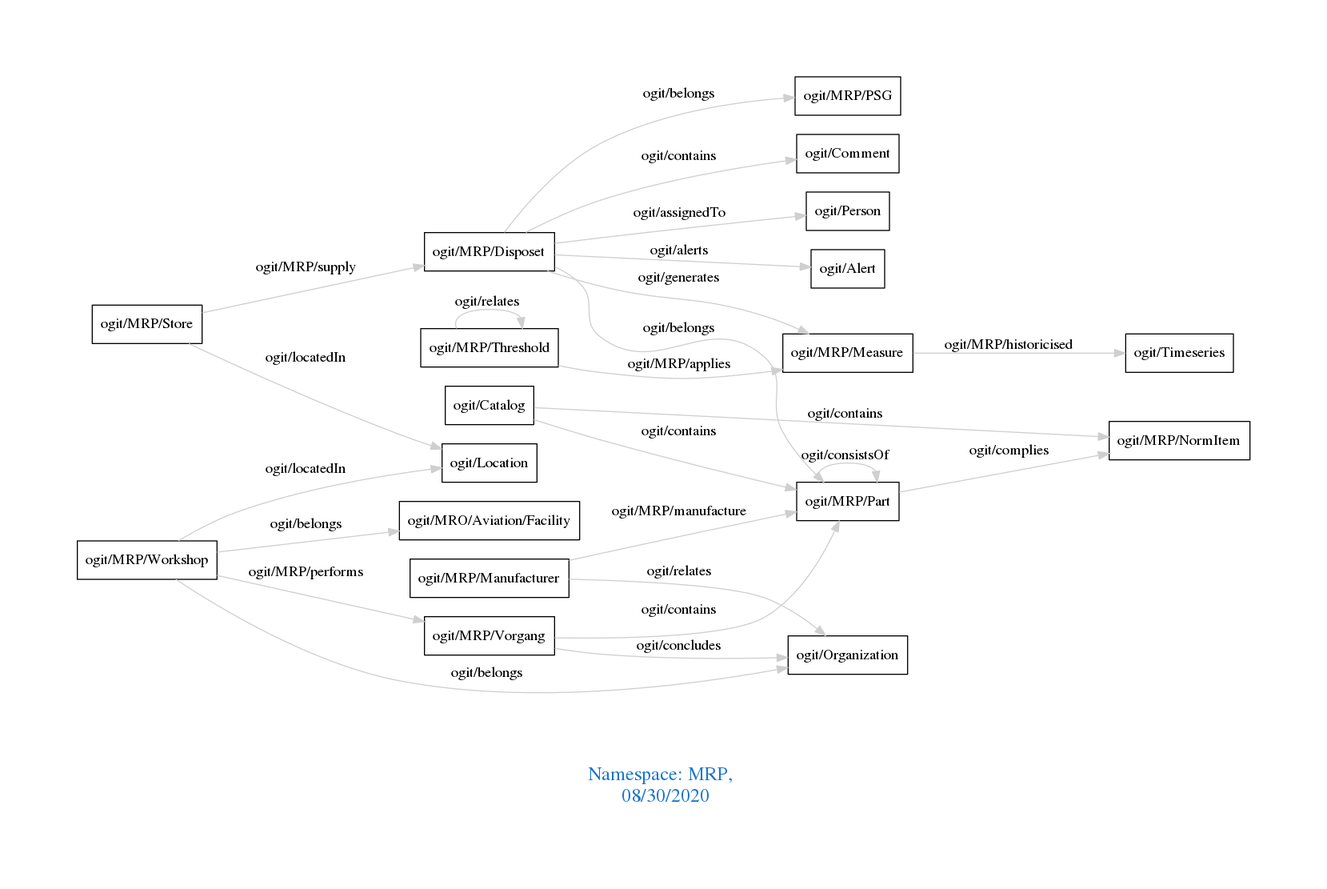
arago/OGIT keeps this Graphviz diagram as downloads/MRP.png. Above is the earlier version. Its source is kept beside it as downloads/MRP.dot.
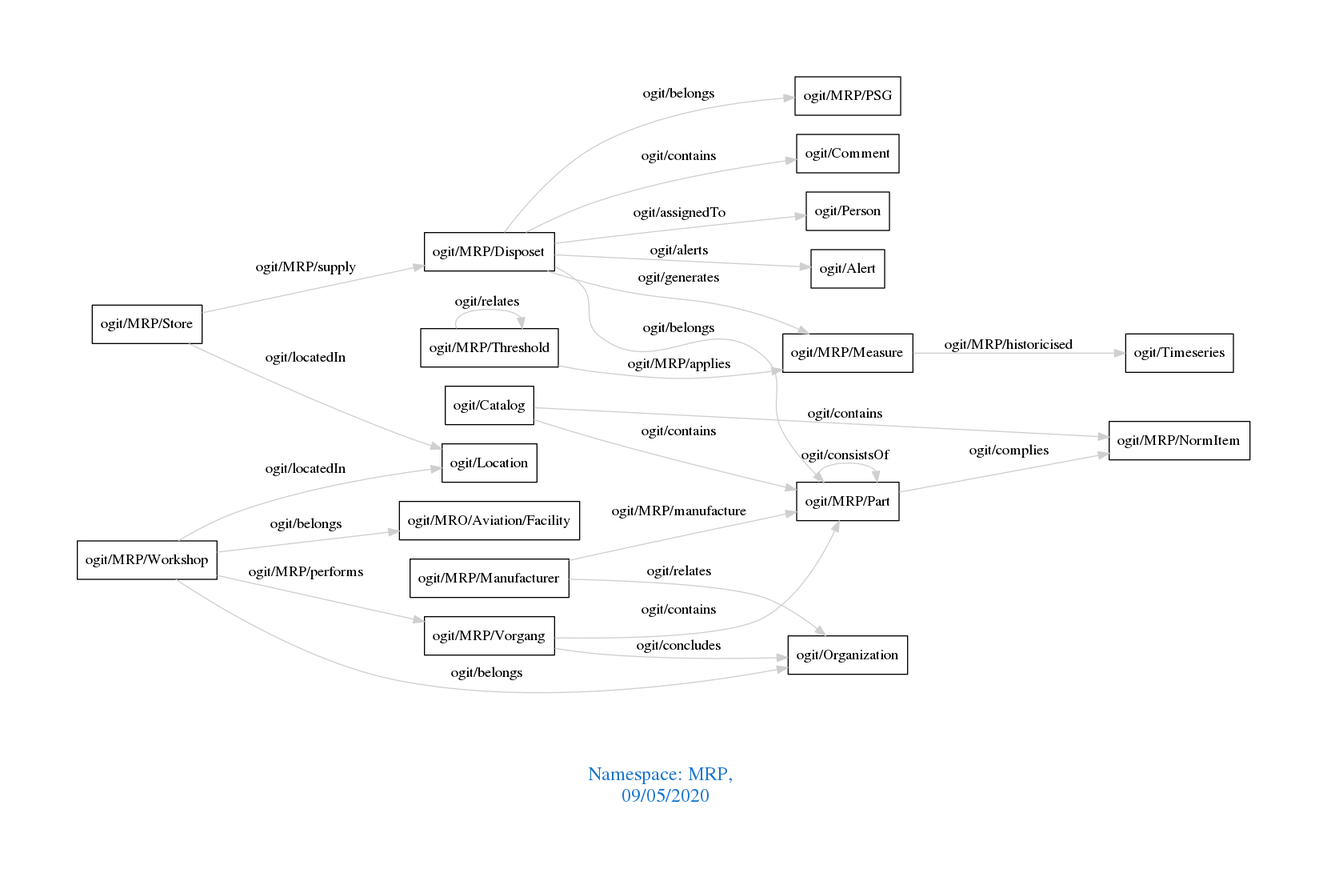
After the change.

Diff of the diagram source:
```diff
@@ -1,7 +1,7 @@
 digraph OGIT_ontology {
  graph [ rankdir= LR,pad=1
 fontsize = 18,
-fontcolor= dodgerblue3,label = "\n\n\nNamespace: MRP, \n 08/30/2020"];
+fontcolor= dodgerblue3,label = "\n\n\nNamespace: MRP, \n 09/05/2020"];
 node[shape=polygon];
 edge [  color="gray81"];
 
```
